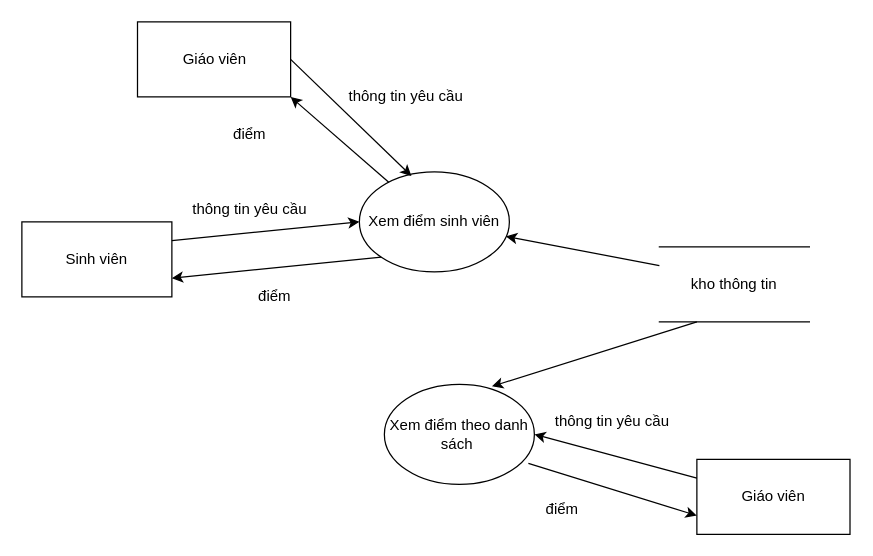
Before: Baocao/dfdduoidinhthongkediem.drawio in haupham809/DoAnTotNghiep, a draw.io diagram. Source tidied: cells renumbered, new cells numbered last; positions are measured from the earlier drawing's top-left corner, leaving out a move shared by most shapes. Both pictures are drawn from the tidied source at 125%, with x=0, y=0 at pixel (21, 21).
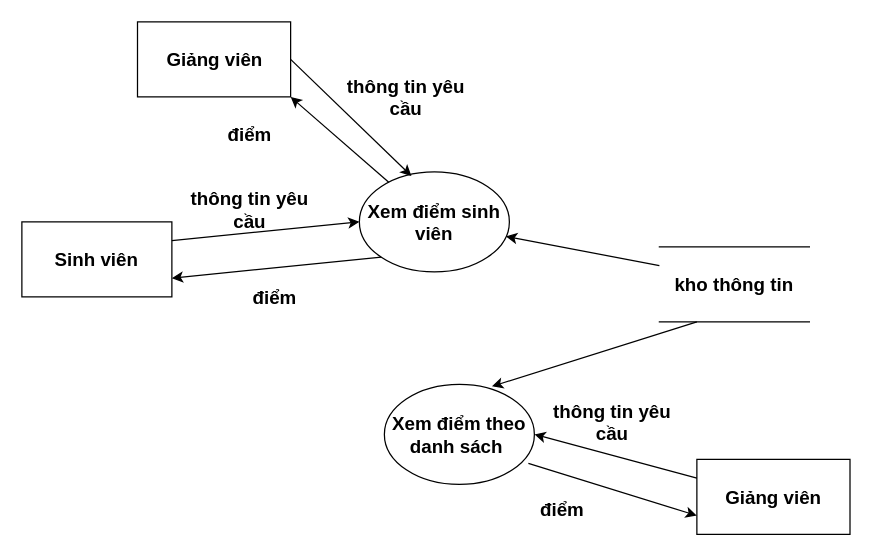
The same page after the edit.

Diff of the diagram source:
```diff
@@
-    <mxCell id="2" value="&lt;span&gt;Sinh viên&lt;/span&gt;" style="rounded=0;whiteSpace=wrap;html=1;" parent="1" vertex="1">
+    <mxCell id="2" value="Sinh viên" style="rounded=0;whiteSpace=wrap;html=1;fontSize=15;fontStyle=1;" parent="1" vertex="1">
       <mxGeometry y="160" width="120" height="60" as="geometry" />
     </mxCell>
-    <mxCell id="3" value="Giáo viên" style="rounded=0;whiteSpace=wrap;html=1;" parent="1" vertex="1">
+    <mxCell id="3" value="Giảng viên" style="rounded=0;whiteSpace=wrap;html=1;fontSize=15;fontStyle=1;" parent="1" vertex="1">
       <mxGeometry x="540" y="350" width="122.5" height="60" as="geometry" />
     </mxCell>
-    <mxCell id="4" value="Xem điểm sinh viên" style="ellipse;whiteSpace=wrap;html=1;" parent="1" vertex="1">
+    <mxCell id="4" value="Xem điểm sinh viên" style="ellipse;whiteSpace=wrap;html=1;fontSize=15;fontStyle=1;" parent="1" vertex="1">
       <mxGeometry x="270" y="120" width="120" height="80" as="geometry" />
     </mxCell>
-    <mxCell id="5" value="Xem điểm theo danh sách&amp;nbsp;" style="ellipse;whiteSpace=wrap;html=1;" parent="1" vertex="1">
+    <mxCell id="5" value="Xem điểm theo danh sách&amp;nbsp;" style="ellipse;whiteSpace=wrap;html=1;fontSize=15;fontStyle=1;" parent="1" vertex="1">
       <mxGeometry x="290" y="290" width="120" height="80" as="geometry" />
     </mxCell>
-    <mxCell id="6" style="endArrow=classic;html=1;entryX=0.977;entryY=0.645;entryDx=0;entryDy=0;entryPerimeter=0;exitX=0;exitY=0.25;exitDx=0;exitDy=0;" parent="1" edge="1" source="17" target="4">
+    <mxCell id="6" style="endArrow=classic;html=1;entryX=0.977;entryY=0.645;entryDx=0;entryDy=0;entryPerimeter=0;exitX=0;exitY=0.25;exitDx=0;exitDy=0;fontSize=15;fontStyle=1;" parent="1" edge="1" source="17" target="4">
       <mxGeometry relative="1" as="geometry" />
     </mxCell>
-    <mxCell id="7" style="endArrow=classic;html=1;entryX=0;entryY=0.5;entryDx=0;entryDy=0;exitX=1;exitY=0.25;exitDx=0;exitDy=0;" parent="1" edge="1" source="2" target="4">
+    <mxCell id="7" style="endArrow=classic;html=1;entryX=0;entryY=0.5;entryDx=0;entryDy=0;exitX=1;exitY=0.25;exitDx=0;exitDy=0;fontSize=15;fontStyle=1;" parent="1" edge="1" source="2" target="4">
       <mxGeometry relative="1" as="geometry" />
     </mxCell>
-    <mxCell id="8" style="endArrow=classic;html=1;entryX=1;entryY=0.75;entryDx=0;entryDy=0;exitX=0;exitY=1;exitDx=0;exitDy=0;" parent="1" edge="1" source="4" target="2">
+    <mxCell id="8" style="endArrow=classic;html=1;entryX=1;entryY=0.75;entryDx=0;entryDy=0;exitX=0;exitY=1;exitDx=0;exitDy=0;fontSize=15;fontStyle=1;" parent="1" edge="1" source="4" target="2">
       <mxGeometry relative="1" as="geometry" />
     </mxCell>
-    <mxCell id="9" style="endArrow=classic;html=1;exitX=0.96;exitY=0.79;exitDx=0;exitDy=0;exitPerimeter=0;entryX=0;entryY=0.75;entryDx=0;entryDy=0;" parent="1" edge="1" source="5" target="3">
+    <mxCell id="9" style="endArrow=classic;html=1;exitX=0.96;exitY=0.79;exitDx=0;exitDy=0;exitPerimeter=0;entryX=0;entryY=0.75;entryDx=0;entryDy=0;fontSize=15;fontStyle=1;" parent="1" edge="1" source="5" target="3">
       <mxGeometry relative="1" as="geometry" />
     </mxCell>
-    <mxCell id="10" value="thông tin yêu cầu" style="text;html=1;strokeColor=none;fillColor=none;align=center;verticalAlign=middle;whiteSpace=wrap;rounded=0;" parent="1" vertex="1">
+    <mxCell id="10" value="thông tin yêu cầu" style="text;html=1;strokeColor=none;fillColor=none;align=center;verticalAlign=middle;whiteSpace=wrap;rounded=0;fontSize=15;fontStyle=1;" parent="1" vertex="1">
       <mxGeometry x="120" y="140" width="125" height="20" as="geometry" />
     </mxCell>
-    <mxCell id="11" value="điểm" style="text;html=1;strokeColor=none;fillColor=none;align=center;verticalAlign=middle;whiteSpace=wrap;rounded=0;" parent="1" vertex="1">
+    <mxCell id="11" value="điểm" style="text;html=1;strokeColor=none;fillColor=none;align=center;verticalAlign=middle;whiteSpace=wrap;rounded=0;fontSize=15;fontStyle=1;" parent="1" vertex="1">
       <mxGeometry x="140" y="210" width="125" height="20" as="geometry" />
     </mxCell>
-    <mxCell id="12" value="Giáo viên" style="rounded=0;whiteSpace=wrap;html=1;" parent="1" vertex="1">
+    <mxCell id="12" value="Giảng viên" style="rounded=0;whiteSpace=wrap;html=1;fontSize=15;fontStyle=1;" parent="1" vertex="1">
       <mxGeometry x="92.5" width="122.5" height="60" as="geometry" />
     </mxCell>
-    <mxCell id="13" style="endArrow=classic;html=1;exitX=1;exitY=0.5;exitDx=0;exitDy=0;entryX=0.347;entryY=0.042;entryDx=0;entryDy=0;entryPerimeter=0;" parent="1" edge="1" source="12" target="4">
+    <mxCell id="13" style="endArrow=classic;html=1;exitX=1;exitY=0.5;exitDx=0;exitDy=0;entryX=0.347;entryY=0.042;entryDx=0;entryDy=0;entryPerimeter=0;fontSize=15;fontStyle=1;" parent="1" edge="1" source="12" target="4">
       <mxGeometry relative="1" as="geometry" />
     </mxCell>
-    <mxCell id="14" style="endArrow=classic;html=1;entryX=1;entryY=1;entryDx=0;entryDy=0;" parent="1" edge="1" source="4" target="12">
+    <mxCell id="14" style="endArrow=classic;html=1;entryX=1;entryY=1;entryDx=0;entryDy=0;fontSize=15;fontStyle=1;" parent="1" edge="1" source="4" target="12">
       <mxGeometry relative="1" as="geometry" />
     </mxCell>
-    <mxCell id="15" value="thông tin yêu cầu" style="text;html=1;strokeColor=none;fillColor=none;align=center;verticalAlign=middle;whiteSpace=wrap;rounded=0;" parent="1" vertex="1">
+    <mxCell id="15" value="thông tin yêu cầu" style="text;html=1;strokeColor=none;fillColor=none;align=center;verticalAlign=middle;whiteSpace=wrap;rounded=0;fontSize=15;fontStyle=1;" parent="1" vertex="1">
       <mxGeometry x="245" y="50" width="125" height="20" as="geometry" />
     </mxCell>
-    <mxCell id="16" value="điểm" style="text;html=1;strokeColor=none;fillColor=none;align=center;verticalAlign=middle;whiteSpace=wrap;rounded=0;" parent="1" vertex="1">
+    <mxCell id="16" value="điểm" style="text;html=1;strokeColor=none;fillColor=none;align=center;verticalAlign=middle;whiteSpace=wrap;rounded=0;fontSize=15;fontStyle=1;" parent="1" vertex="1">
       <mxGeometry x="120" y="80" width="125" height="20" as="geometry" />
     </mxCell>
-    <mxCell id="17" value="kho thông tin" style="shape=partialRectangle;whiteSpace=wrap;html=1;left=0;right=0;fillColor=none;" parent="1" vertex="1">
+    <mxCell id="17" value="kho thông tin" style="shape=partialRectangle;whiteSpace=wrap;html=1;left=0;right=0;fillColor=none;fontSize=15;fontStyle=1;" parent="1" vertex="1">
       <mxGeometry x="510" y="180" width="120" height="60" as="geometry" />
     </mxCell>
-    <mxCell id="18" value="thông tin yêu cầu" style="text;html=1;strokeColor=none;fillColor=none;align=center;verticalAlign=middle;whiteSpace=wrap;rounded=0;" parent="1" vertex="1">
+    <mxCell id="18" value="thông tin yêu cầu" style="text;html=1;strokeColor=none;fillColor=none;align=center;verticalAlign=middle;whiteSpace=wrap;rounded=0;fontSize=15;fontStyle=1;" parent="1" vertex="1">
       <mxGeometry x="410" y="310" width="125" height="20" as="geometry" />
     </mxCell>
-    <mxCell id="19" style="endArrow=classic;html=1;entryX=0;entryY=1;entryDx=0;entryDy=0;exitX=0;exitY=0.25;exitDx=0;exitDy=0;" parent="1" edge="1" source="3" target="18">
+    <mxCell id="19" style="endArrow=classic;html=1;entryX=0;entryY=1;entryDx=0;entryDy=0;exitX=0;exitY=0.25;exitDx=0;exitDy=0;fontSize=15;fontStyle=1;" parent="1" edge="1" source="3" target="18">
       <mxGeometry relative="1" as="geometry" />
     </mxCell>
-    <mxCell id="20" value="điểm" style="text;html=1;strokeColor=none;fillColor=none;align=center;verticalAlign=middle;whiteSpace=wrap;rounded=0;" parent="1" vertex="1">
+    <mxCell id="20" value="điểm" style="text;html=1;strokeColor=none;fillColor=none;align=center;verticalAlign=middle;whiteSpace=wrap;rounded=0;fontSize=15;fontStyle=1;" parent="1" vertex="1">
       <mxGeometry x="370" y="380" width="125" height="20" as="geometry" />
     </mxCell>
-    <mxCell id="21" style="endArrow=classic;html=1;entryX=0.717;entryY=0.02;entryDx=0;entryDy=0;entryPerimeter=0;exitX=0.25;exitY=1;exitDx=0;exitDy=0;" parent="1" edge="1" source="17" target="5">
+    <mxCell id="21" style="endArrow=classic;html=1;entryX=0.717;entryY=0.02;entryDx=0;entryDy=0;entryPerimeter=0;exitX=0.25;exitY=1;exitDx=0;exitDy=0;fontSize=15;fontStyle=1;" parent="1" edge="1" source="17" target="5">
       <mxGeometry relative="1" as="geometry" />
     </mxCell>
```
